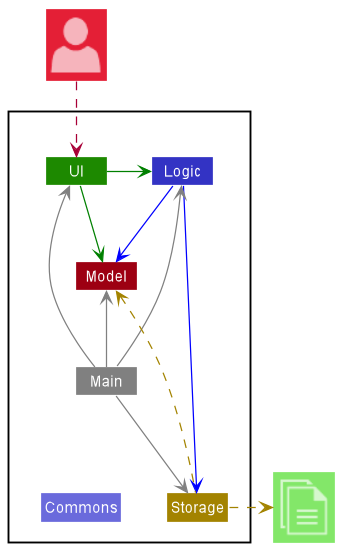
nus-cs2103-AY2223S2/tp keeps this PlantUML diagram as docs/images/ArchitectureDiagram.png. Above is the earlier version.
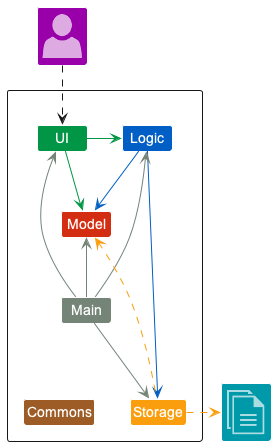
After the change.

The edit, as a diff of the source:
```diff
@@ -9,25 +9,25 @@
     Class Logic LOGIC_COLOR
     Class Storage STORAGE_COLOR
     Class Model MODEL_COLOR
-    Class Main #grey
-    Class Commons LOGIC_COLOR_T2
+    Class Main MAIN_COLOR
+    Class Commons COMMONS_COLOR
 }
 
-Class "<$user>" as User MODEL_COLOR_T2
-Class "<$documents>" as File UI_COLOR_T1
+Class "<$user>" as User USER_COLOR
+Class "<$documents>" as File IMG_COLOR
 
 
-UI -[#green]> Logic
-UI -right[#green]-> Model
-Logic -[#blue]-> Storage
-Logic -down[#blue]-> Model
-Main -[#grey]-> UI
-Main -[#grey]-> Logic
-Main -[#grey]-> Storage
-Main -up[#grey]-> Model
+UI -[UI_COLOR]> Logic
+UI -right[UI_COLOR]-> Model
+Logic -[LOGIC_COLOR]-> Storage
+Logic -down[LOGIC_COLOR]-> Model
+Main -[MAIN_COLOR]-> UI
+Main -[MAIN_COLOR]-> Logic
+Main -[MAIN_COLOR]-> Storage
+Main -up[MAIN_COLOR]-> Model
 Main -down[hidden]-> Commons
 
 Storage -up[STORAGE_COLOR].> Model
-Storage .right[STORAGE_COLOR].>File
+Storage .right[STORAGE_COLOR].> File
 User ..> UI
 @enduml
```
